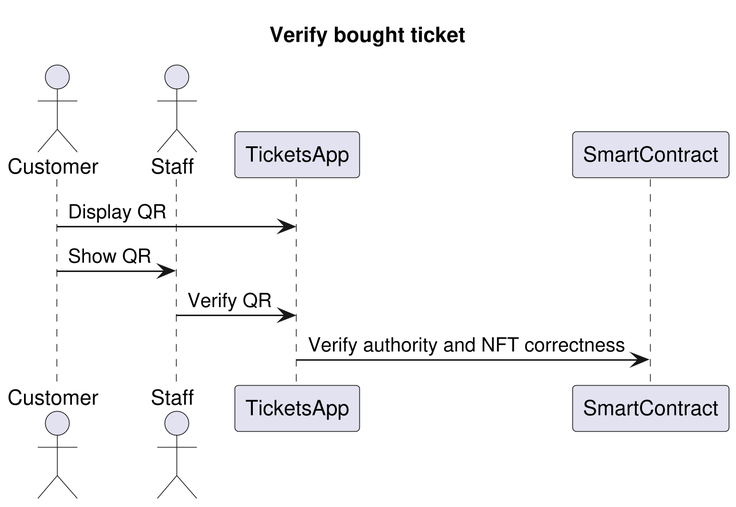
This is img/verify-bought-ticket.png from ai-shift/cyber-valley-tickets, a PlantUML export, as it was before one commit.
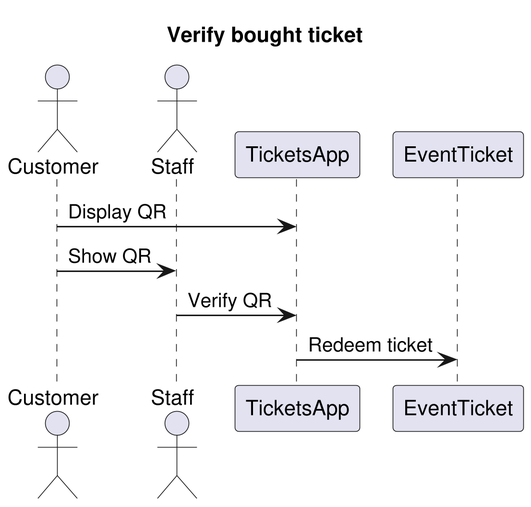
After the change.

The edit, as a diff of the source:
```diff
@@ -5,10 +5,10 @@
 actor Customer
 actor Staff
 participant TicketsApp
-participant SmartContract
+participant EventTicket
 
 Customer -> TicketsApp: Display QR
 Customer -> Staff: Show QR
 Staff -> TicketsApp: Verify QR
-TicketsApp -> SmartContract: Verify authority and NFT correctness
+TicketsApp -> EventTicket: Redeem ticket
 @enduml
```
